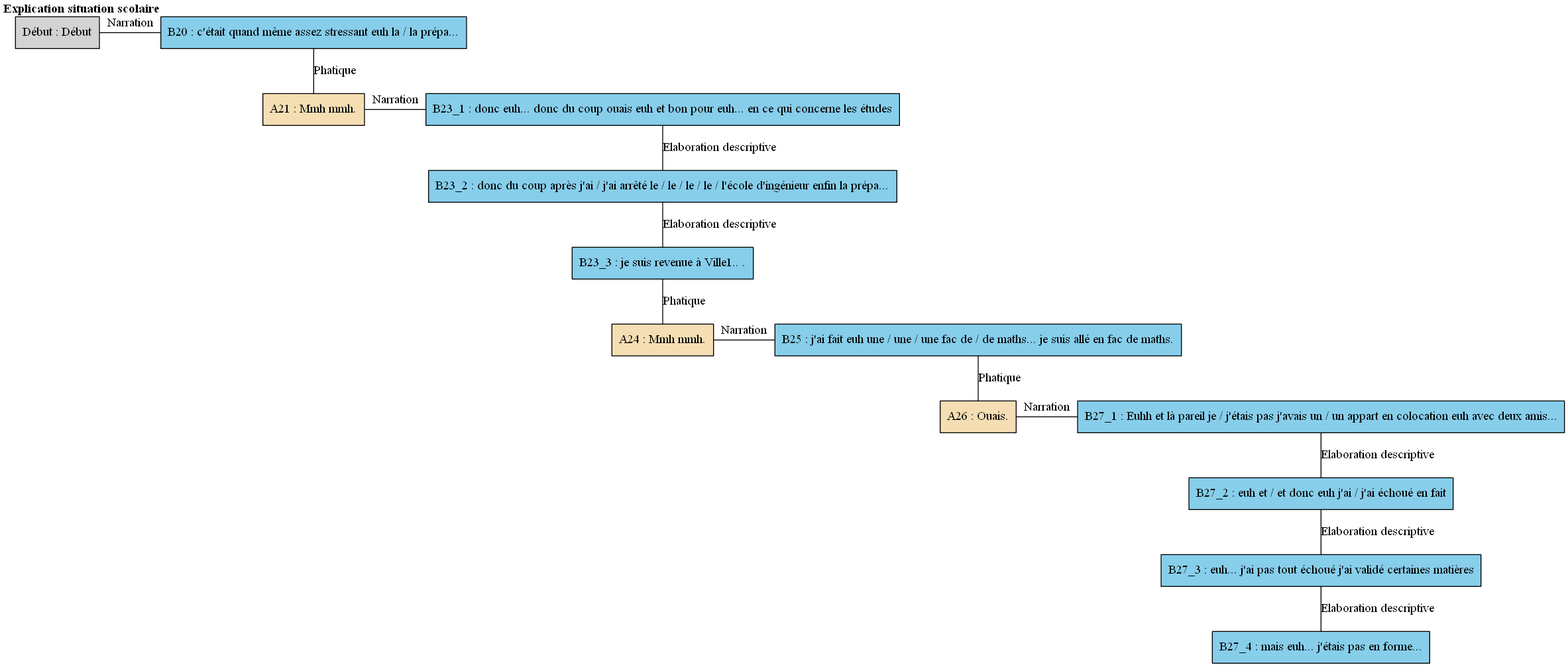
Before: arbres/Nord/Nord_-_A06.gv.png, a diagram exported from Graphviz (AlaixComet/AnnotationSlamPTut). Its source is kept beside it as arbres/Nord/Nord_-_A06.gv.
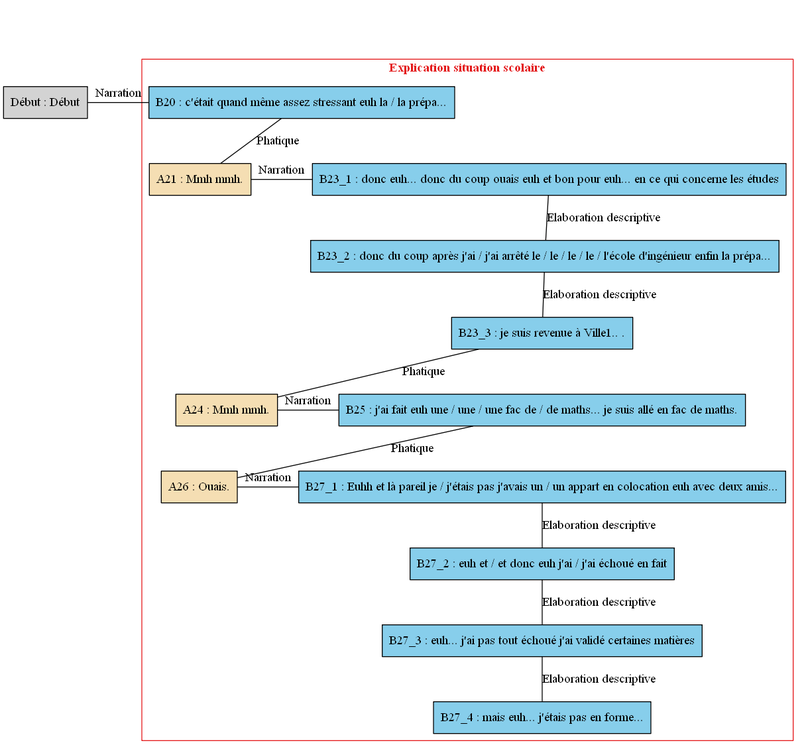
Later version of the same file.

Diff of the diagram source:
```diff
@@ -1,48 +1,53 @@
 digraph A06 {
 	node [shape=box style=filled]
-	"Début" [label="Début : Début" xlabel=""]
-	B20 [label="B20 : c'était quand même assez stressant euh la / la prépa..." fillcolor=skyblue xlabel=<<B>Explication situation scolaire</B>>]
-	A21 [label="A21 : Mmh mmh." fillcolor=wheat xlabel=""]
-	B23_1 [label="B23_1 : donc euh... donc du coup ouais euh et bon pour euh... en ce qui concerne les études" fillcolor=skyblue xlabel=""]
-	B23_2 [label="B23_2 : donc du coup après j'ai / j'ai arrêté le / le / le / le / l'école d'ingénieur enfin la prépa..." fillcolor=skyblue xlabel=""]
-	B23_3 [label="B23_3 : je suis revenue à Ville1.. ." fillcolor=skyblue xlabel=""]
-	A24 [label="A24 : Mmh mmh." fillcolor=wheat xlabel=""]
-	B25 [label="B25 : j'ai fait euh une / une / une fac de / de maths... je suis allé en fac de maths." fillcolor=skyblue xlabel=""]
-	A26 [label="A26 : Ouais." fillcolor=wheat xlabel=""]
-	B27_1 [label="B27_1 : Euhh et là pareil je / j'étais pas j'avais un / un appart en colocation euh avec deux amis..." fillcolor=skyblue xlabel=""]
-	B27_2 [label="B27_2 : euh et / et donc euh j'ai / j'ai échoué en fait" fillcolor=skyblue xlabel=""]
-	B27_3 [label="B27_3 : euh... j'ai pas tout échoué j'ai validé certaines matières" fillcolor=skyblue xlabel=""]
-	B27_4 [label="B27_4 : mais euh... j'étais pas en forme..." fillcolor=skyblue xlabel=""]
-	{
-		rank=same
-		"Début"
+	newrank=true
+	zero [style=invis]
+	"Début" [label="Début : Début"]
+	B20 [label="B20 : c'était quand même assez stressant euh la / la prépa..." fillcolor=skyblue]
+	A21 [label="A21 : Mmh mmh." fillcolor=wheat]
+	B23_1 [label="B23_1 : donc euh... donc du coup ouais euh et bon pour euh... en ce qui concerne les études" fillcolor=skyblue]
+	B23_2 [label="B23_2 : donc du coup après j'ai / j'ai arrêté le / le / le / le / l'école d'ingénieur enfin la prépa..." fillcolor=skyblue]
+	B23_3 [label="B23_3 : je suis revenue à Ville1.. ." fillcolor=skyblue]
+	A24 [label="A24 : Mmh mmh." fillcolor=wheat]
+	B25 [label="B25 : j'ai fait euh une / une / une fac de / de maths... je suis allé en fac de maths." fillcolor=skyblue]
+	A26 [label="A26 : Ouais." fillcolor=wheat]
+	B27_1 [label="B27_1 : Euhh et là pareil je / j'étais pas j'avais un / un appart en colocation euh avec deux amis..." fillcolor=skyblue]
+	B27_2 [label="B27_2 : euh et / et donc euh j'ai / j'ai échoué en fait" fillcolor=skyblue]
+	B27_3 [label="B27_3 : euh... j'ai pas tout échoué j'ai validé certaines matières" fillcolor=skyblue]
+	B27_4 [label="B27_4 : mais euh... j'étais pas en forme..." fillcolor=skyblue]
+	zero -> "Début" [label="" style=invis]
+	zero -> B20 [style=invis weight=1]
+	"Début" -> B20 [label=Narration constraint=false dir=none]
+	B20 -> A21 [label=Phatique dir=none weight=2]
+	B20 -> B23_1 [style=invis weight=1]
+	A21 -> B23_1 [label=Narration constraint=false dir=none]
+	B23_1 -> B23_2 [label="Elaboration descriptive" dir=none weight=2]
+	B23_2 -> B23_3 [label="Elaboration descriptive" dir=none weight=2]
+	B23_3 -> A24 [label=Phatique dir=none weight=2]
+	B23_3 -> B25 [style=invis weight=1]
+	A24 -> B25 [label=Narration constraint=false dir=none]
+	B25 -> A26 [label=Phatique dir=none weight=2]
+	B25 -> B27_1 [style=invis weight=1]
+	A26 -> B27_1 [label=Narration constraint=false dir=none]
+	B27_1 -> B27_2 [label="Elaboration descriptive" dir=none weight=2]
+	B27_2 -> B27_3 [label="Elaboration descriptive" dir=none weight=2]
+	B27_3 -> B27_4 [label="Elaboration descriptive" dir=none weight=2]
+	subgraph cluster_1 {
+		label=<<B>Explication situation scolaire</B>>
+		colorscheme=set19
+		color=1
+		fontcolor=1
 		B20
-		"Début" -> B20 [label=Narration dir=none]
-	}
-	B20 -> A21 [label=Phatique dir=none]
-	{
-		rank=same
 		A21
 		B23_1
-		A21 -> B23_1 [label=Narration dir=none]
-	}
-	B23_1 -> B23_2 [label="Elaboration descriptive" dir=none]
-	B23_2 -> B23_3 [label="Elaboration descriptive" dir=none]
-	B23_3 -> A24 [label=Phatique dir=none]
-	{
-		rank=same
+		B23_2
+		B23_3
 		A24
 		B25
-		A24 -> B25 [label=Narration dir=none]
-	}
-	B25 -> A26 [label=Phatique dir=none]
-	{
-		rank=same
 		A26
 		B27_1
-		A26 -> B27_1 [label=Narration dir=none]
+		B27_2
+		B27_3
+		B27_4
 	}
-	B27_1 -> B27_2 [label="Elaboration descriptive" dir=none]
-	B27_2 -> B27_3 [label="Elaboration descriptive" dir=none]
-	B27_3 -> B27_4 [label="Elaboration descriptive" dir=none]
 }
```
